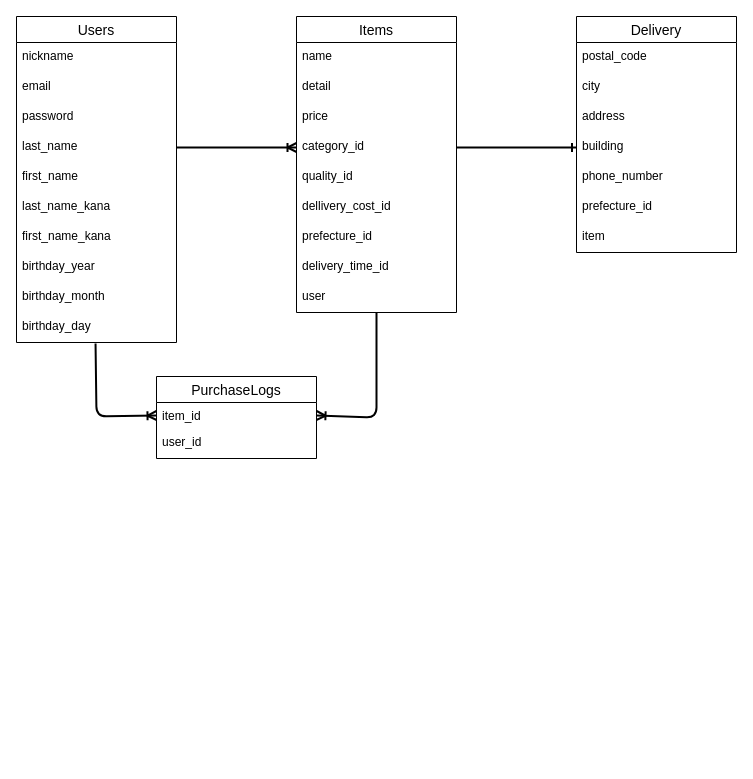
Earlier version of the draw.io diagram ER.dio (Nuigu/furima-39534). Source tidied: cells renumbered, new cells numbered last; positions are measured from the earlier drawing's top-left corner, leaving out a move shared by most shapes. Both pictures are drawn from the tidied source at 100%, with x=0, y=0 at pixel (16, 16).
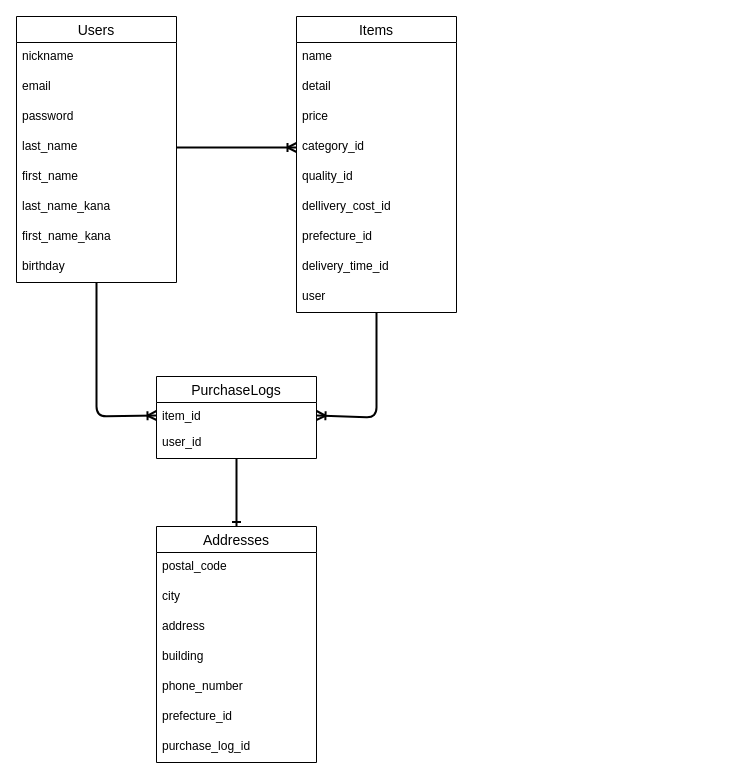
Above is the later version.

Commit message (it also covers changes not shown here):
アソシエーションの修正

商品テーブルの外部キーカラムは不要になりますので、削除しておきましょう。
今回は、代わりに購入記録テーブルの外部キーカラムが必要になります。

Unchanged cells that the change refers to:
```xml
<mxCell id="17" value="category_id" style="text;strokeColor=none;fillColor=none;spacingLeft=4;spacingRight=4;overflow=hidden;points=[[0,0.5],[1,0.5]];portConstraint=eastwest;fontSize=12;" parent="13" vertex="1">
  <mxGeometry y="116" width="160" height="30" as="geometry" />
</mxCell>
<mxCell id="34" value="item_id" style="text;strokeColor=none;fillColor=none;spacingLeft=4;spacingRight=4;overflow=hidden;points=[[0,0.5],[1,0.5]];portConstraint=eastwest;fontSize=12;" parent="33" vertex="1">
  <mxGeometry y="26" width="160" height="26" as="geometry" />
</mxCell>
<mxCell id="35" value="user_id" style="text;strokeColor=none;fillColor=none;spacingLeft=4;spacingRight=4;overflow=hidden;points=[[0,0.5],[1,0.5]];portConstraint=eastwest;fontSize=12;" parent="33" vertex="1">
  <mxGeometry y="52" width="160" height="30" as="geometry" />
</mxCell>
```

Diff of the diagram source:
```diff
@@
     <mxCell id="2" value="Users" style="swimlane;fontStyle=0;horizontal=1;startSize=26;align=center;fontSize=14;" parent="1" vertex="1">
-      <mxGeometry width="160" height="326" as="geometry" />
+      <mxGeometry width="160" height="266" as="geometry" />
     </mxCell>
@@
-    <mxCell id="10" value="birthday_year" style="text;strokeColor=none;fillColor=none;spacingLeft=4;spacingRight=4;overflow=hidden;points=[[0,0.5],[1,0.5]];portConstraint=eastwest;fontSize=12;" parent="2" vertex="1">
+    <mxCell id="10" value="birthday" style="text;strokeColor=none;fillColor=none;spacingLeft=4;spacingRight=4;overflow=hidden;points=[[0,0.5],[1,0.5]];portConstraint=eastwest;fontSize=12;" parent="2" vertex="1">
       <mxGeometry y="236" width="160" height="30" as="geometry" />
     </mxCell>
-    <mxCell id="11" value="birthday_month" style="text;strokeColor=none;fillColor=none;spacingLeft=4;spacingRight=4;overflow=hidden;fontSize=12;" parent="2" vertex="1">
-      <mxGeometry y="266" width="160" height="30" as="geometry" />
-    </mxCell>
-    <mxCell id="12" value="birthday_day" style="text;strokeColor=none;fillColor=none;spacingLeft=4;spacingRight=4;overflow=hidden;points=[[0,0.5],[1,0.5]];portConstraint=eastwest;fontSize=12;" parent="2" vertex="1">
-      <mxGeometry y="296" width="160" height="30" as="geometry" />
-    </mxCell>
@@
-    <mxCell id="24" value="Delivery" style="swimlane;fontStyle=0;horizontal=1;startSize=26;align=center;fontSize=14;" parent="1" vertex="1">
-      <mxGeometry x="560" width="160" height="236" as="geometry" />
+    <mxCell id="24" value="Addresses" style="swimlane;fontStyle=0;horizontal=1;startSize=26;align=center;fontSize=14;" parent="1" vertex="1">
+      <mxGeometry x="140" y="510" width="160" height="236" as="geometry" />
     </mxCell>
@@
-    <mxCell id="31" value="item" style="text;strokeColor=none;fillColor=none;spacingLeft=4;spacingRight=4;overflow=hidden;fontSize=12;" parent="24" vertex="1">
+    <mxCell id="31" value="purchase_log_id" style="text;strokeColor=none;fillColor=none;spacingLeft=4;spacingRight=4;overflow=hidden;fontSize=12;" parent="24" vertex="1">
       <mxGeometry y="206" width="160" height="30" as="geometry" />
     </mxCell>
-    <mxCell id="32" style="edgeStyle=none;html=1;exitX=1;exitY=0.5;exitDx=0;exitDy=0;entryX=0;entryY=0.5;entryDx=0;entryDy=0;strokeWidth=2;endArrow=ERone;endFill=0;" parent="1" edge="1" source="17">
-      <mxGeometry relative="1" as="geometry">
-        <mxPoint x="560" y="131" as="targetPoint" />
-      </mxGeometry>
-    </mxCell>
@@
-    <mxCell id="37" style="edgeStyle=none;html=1;exitX=0.494;exitY=1.033;exitDx=0;exitDy=0;entryX=0;entryY=0.5;entryDx=0;entryDy=0;strokeWidth=2;endArrow=ERoneToMany;endFill=0;exitPerimeter=0;" parent="1" edge="1" source="12" target="34">
+    <mxCell id="37" style="edgeStyle=none;html=1;entryX=0;entryY=0.5;entryDx=0;entryDy=0;strokeWidth=2;endArrow=ERoneToMany;endFill=0;" parent="1" edge="1" source="10" target="34">
       <mxGeometry relative="1" as="geometry">
         <Array as="points">
           <mxPoint x="80" y="400" />
         </Array>
       </mxGeometry>
     </mxCell>
+    <mxCell id="38" style="edgeStyle=none;html=1;strokeWidth=2;endArrow=ERone;endFill=0;entryX=0.5;entryY=0;entryDx=0;entryDy=0;" parent="1" edge="1" source="35" target="24">
+      <mxGeometry relative="1" as="geometry" />
+    </mxCell>
```
